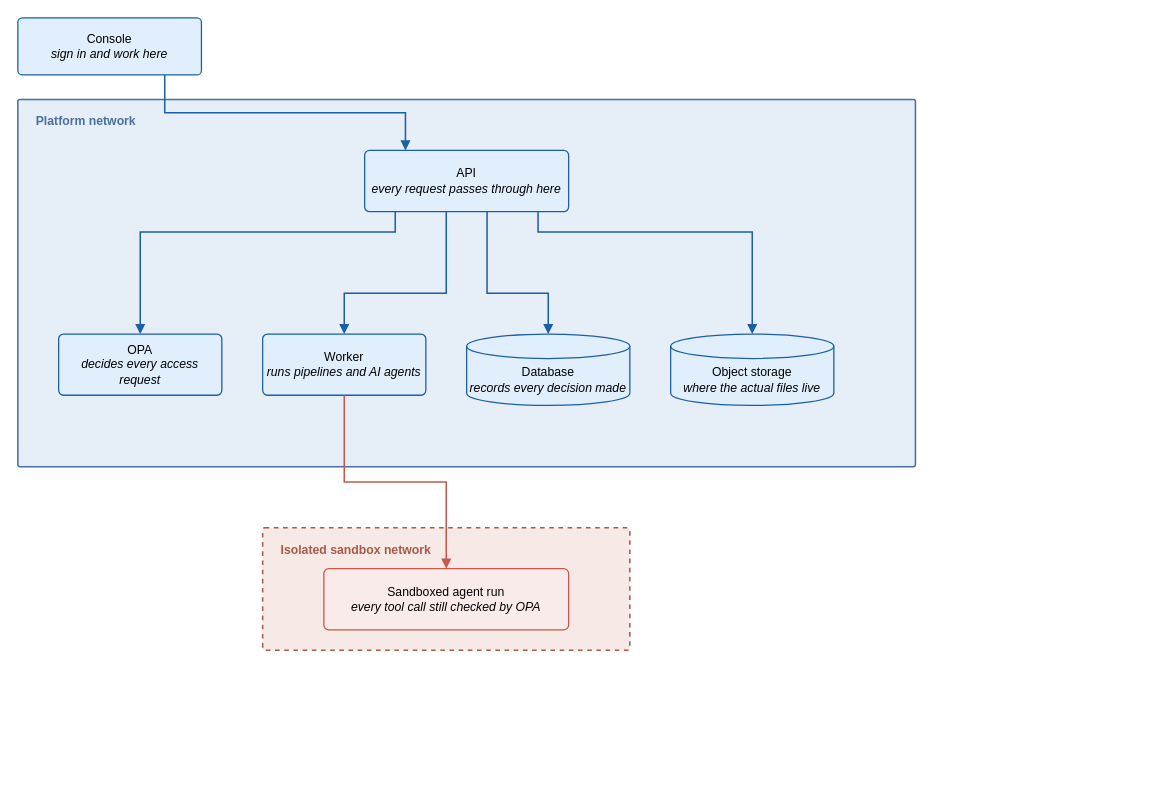
albinjacob/munitas keeps this draw.io diagram as docs/public/diagrams/system-architecture.drawio. Above is the earlier version. Source tidied: cells renumbered, new cells numbered last; positions are measured from the earlier drawing's top-left corner, leaving out a move shared by most shapes. Both pictures are drawn from the tidied source at 102%, with x=0, y=0 at pixel (17, 17).
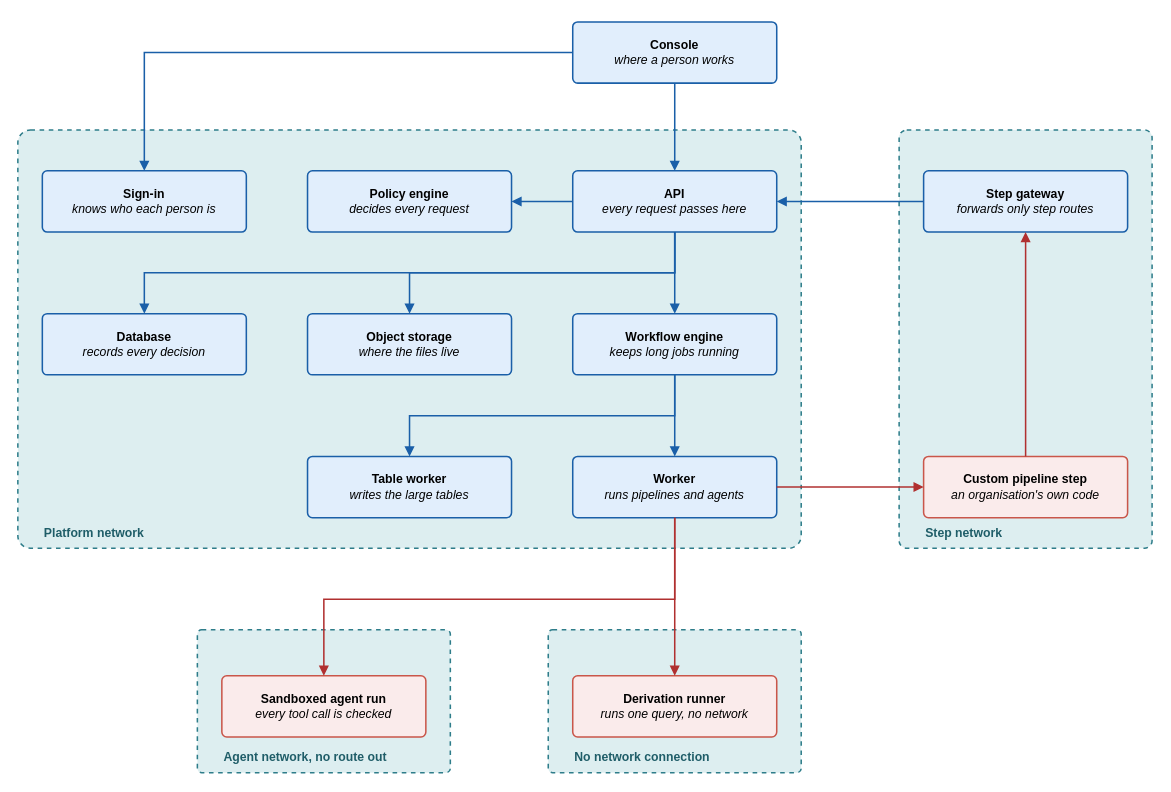
Above is the later version.

The edit, as a diff of the source:
```diff
@@
-    <mxCell id="2" value="Platform network" style="rounded=1;arcSize=4;absoluteArcSize=1;whiteSpace=wrap;html=1;verticalAlign=top;align=left;spacingLeft=16;spacingTop=8;fontSize=12;fontStyle=1;fontColor=#4A6FA0;fillColor=#E6EEF7;strokeColor=#4A6FA0;strokeWidth=1.5;" parent="1" vertex="1">
-      <mxGeometry y="80" width="880" height="360" as="geometry" />
+    <mxCell id="2" value="Platform network" style="rounded=1;arcSize=3;whiteSpace=wrap;html=1;dashed=1;verticalAlign=bottom;align=left;spacingLeft=24;spacingBottom=6;fontSize=12;fontStyle=1;fontColor=#1F5D68;fillColor=#DDEEF0;strokeColor=#2E7D8A;strokeWidth=1.5;" parent="1" vertex="1">
+      <mxGeometry y="110" width="768" height="410" as="geometry" />
     </mxCell>
-    <mxCell id="3" value="Isolated sandbox network" style="rounded=1;arcSize=4;absoluteArcSize=1;whiteSpace=wrap;html=1;verticalAlign=top;align=left;spacingLeft=16;spacingTop=8;fontSize=12;fontStyle=1;fontColor=#A85A4A;fillColor=#F7E9E5;strokeColor=#A85A4A;strokeWidth=1.5;dashed=1;" parent="1" vertex="1">
-      <mxGeometry x="240" y="500" width="360" height="120" as="geometry" />
-    </mxCell>
+    <mxCell id="17" value="Step network" style="rounded=1;arcSize=3;whiteSpace=wrap;html=1;dashed=1;verticalAlign=bottom;align=left;spacingLeft=24;spacingBottom=6;fontSize=12;fontStyle=1;fontColor=#1F5D68;fillColor=#DDEEF0;strokeColor=#2E7D8A;strokeWidth=1.5;" parent="1" vertex="1">
+      <mxGeometry x="864" y="110" width="248" height="410" as="geometry" />
+    </mxCell>
+    <mxCell id="18" value="Agent network, no route out" style="rounded=1;arcSize=3;whiteSpace=wrap;html=1;dashed=1;verticalAlign=bottom;align=left;spacingLeft=24;spacingBottom=6;fontSize=12;fontStyle=1;fontColor=#1F5D68;fillColor=#DDEEF0;strokeColor=#2E7D8A;strokeWidth=1.5;" parent="1" vertex="1">
+      <mxGeometry x="176" y="600" width="248" height="140" as="geometry" />
+    </mxCell>
+    <mxCell id="19" value="No network connection" style="rounded=1;arcSize=3;whiteSpace=wrap;html=1;dashed=1;verticalAlign=bottom;align=left;spacingLeft=24;spacingBottom=6;fontSize=12;fontStyle=1;fontColor=#1F5D68;fillColor=#DDEEF0;strokeColor=#2E7D8A;strokeWidth=1.5;" parent="1" vertex="1">
+      <mxGeometry x="520" y="600" width="248" height="140" as="geometry" />
+    </mxCell>
-    <mxCell id="4" value="Console&lt;br&gt;&lt;i&gt;sign in and work here&lt;/i&gt;" style="rounded=1;arcSize=8;whiteSpace=wrap;html=1;fillColor=#E1EEFC;strokeColor=#1A5FA8;strokeWidth=1.25;fontSize=12;" parent="1" vertex="1">
-      <mxGeometry width="180" height="56" as="geometry" />
+    <mxCell id="4" value="&lt;b&gt;Console&lt;/b&gt;&lt;br&gt;&lt;i&gt;where a person works&lt;/i&gt;" style="rounded=1;arcSize=8;whiteSpace=wrap;html=1;fillColor=#E1EEFC;strokeColor=#1A5FA8;strokeWidth=1.5;fontSize=12;" parent="1" vertex="1">
+      <mxGeometry x="544" y="4" width="200" height="60" as="geometry" />
     </mxCell>
+    <mxCell id="20" value="&lt;b&gt;Sign-in&lt;/b&gt;&lt;br&gt;&lt;i&gt;knows who each person is&lt;/i&gt;" style="rounded=1;arcSize=8;whiteSpace=wrap;html=1;fillColor=#E1EEFC;strokeColor=#1A5FA8;strokeWidth=1.5;fontSize=12;" parent="2" vertex="1">
+      <mxGeometry x="24" y="40" width="200" height="60" as="geometry" />
+    </mxCell>
+    <mxCell id="21" value="&lt;b&gt;Policy engine&lt;/b&gt;&lt;br&gt;&lt;i&gt;decides every request&lt;/i&gt;" style="rounded=1;arcSize=8;whiteSpace=wrap;html=1;fillColor=#E1EEFC;strokeColor=#1A5FA8;strokeWidth=1.5;fontSize=12;" parent="2" vertex="1">
+      <mxGeometry x="284" y="40" width="200" height="60" as="geometry" />
+    </mxCell>
-    <mxCell id="5" value="API&lt;br&gt;&lt;i&gt;every request passes through here&lt;/i&gt;" style="rounded=1;arcSize=8;whiteSpace=wrap;html=1;fillColor=#E1EEFC;strokeColor=#1A5FA8;strokeWidth=1.25;fontSize=12;" parent="1" vertex="1">
-      <mxGeometry x="340" y="130" width="200" height="60" as="geometry" />
+    <mxCell id="5" value="&lt;b&gt;API&lt;/b&gt;&lt;br&gt;&lt;i&gt;every request passes here&lt;/i&gt;" style="rounded=1;arcSize=8;whiteSpace=wrap;html=1;fillColor=#E1EEFC;strokeColor=#1A5FA8;strokeWidth=1.5;fontSize=12;" parent="2" vertex="1">
+      <mxGeometry x="544" y="40" width="200" height="60" as="geometry" />
     </mxCell>
-    <mxCell id="6" value="OPA&lt;br&gt;&lt;i&gt;decides every access request&lt;/i&gt;" style="rounded=1;arcSize=8;whiteSpace=wrap;html=1;fillColor=#E1EEFC;strokeColor=#1A5FA8;strokeWidth=1.25;fontSize=12;" parent="1" vertex="1">
-      <mxGeometry x="40" y="310" width="160" height="60" as="geometry" />
-    </mxCell>
-    <mxCell id="7" value="Worker&lt;br&gt;&lt;i&gt;runs pipelines and AI agents&lt;/i&gt;" style="rounded=1;arcSize=8;whiteSpace=wrap;html=1;fillColor=#E1EEFC;strokeColor=#1A5FA8;strokeWidth=1.25;fontSize=12;" parent="1" vertex="1">
-      <mxGeometry x="240" y="310" width="160" height="60" as="geometry" />
-    </mxCell>
-    <mxCell id="8" value="Database&lt;br&gt;&lt;i&gt;records every decision made&lt;/i&gt;" style="shape=cylinder3;whiteSpace=wrap;html=1;boundedLbl=1;fillColor=#E1EEFC;strokeColor=#1A5FA8;strokeWidth=1.25;fontSize=12;size=12;" parent="1" vertex="1">
-      <mxGeometry x="440" y="310" width="160" height="70" as="geometry" />
+    <mxCell id="8" value="&lt;b&gt;Database&lt;/b&gt;&lt;br&gt;&lt;i&gt;records every decision&lt;/i&gt;" style="rounded=1;arcSize=8;whiteSpace=wrap;html=1;fillColor=#E1EEFC;strokeColor=#1A5FA8;strokeWidth=1.5;fontSize=12;" parent="2" vertex="1">
+      <mxGeometry x="24" y="180" width="200" height="60" as="geometry" />
     </mxCell>
-    <mxCell id="9" value="Object storage&lt;br&gt;&lt;i&gt;where the actual files live&lt;/i&gt;" style="shape=cylinder3;whiteSpace=wrap;html=1;boundedLbl=1;fillColor=#E1EEFC;strokeColor=#1A5FA8;strokeWidth=1.25;fontSize=12;size=12;" parent="1" vertex="1">
-      <mxGeometry x="640" y="310" width="160" height="70" as="geometry" />
+    <mxCell id="9" value="&lt;b&gt;Object storage&lt;/b&gt;&lt;br&gt;&lt;i&gt;where the files live&lt;/i&gt;" style="rounded=1;arcSize=8;whiteSpace=wrap;html=1;fillColor=#E1EEFC;strokeColor=#1A5FA8;strokeWidth=1.5;fontSize=12;" parent="2" vertex="1">
+      <mxGeometry x="284" y="180" width="200" height="60" as="geometry" />
     </mxCell>
-    <mxCell id="10" value="Sandboxed agent run&lt;br&gt;&lt;i&gt;every tool call still checked by OPA&lt;/i&gt;" style="rounded=1;arcSize=8;whiteSpace=wrap;html=1;fillColor=#FAEBEB;strokeColor=#C9564A;strokeWidth=1.25;fontSize=12;" parent="1" vertex="1">
-      <mxGeometry x="300" y="540" width="240" height="60" as="geometry" />
-    </mxCell>
+    <mxCell id="22" value="&lt;b&gt;Workflow engine&lt;/b&gt;&lt;br&gt;&lt;i&gt;keeps long jobs running&lt;/i&gt;" style="rounded=1;arcSize=8;whiteSpace=wrap;html=1;fillColor=#E1EEFC;strokeColor=#1A5FA8;strokeWidth=1.5;fontSize=12;" parent="2" vertex="1">
+      <mxGeometry x="544" y="180" width="200" height="60" as="geometry" />
+    </mxCell>
+    <mxCell id="23" value="&lt;b&gt;Table worker&lt;/b&gt;&lt;br&gt;&lt;i&gt;writes the large tables&lt;/i&gt;" style="rounded=1;arcSize=8;whiteSpace=wrap;html=1;fillColor=#E1EEFC;strokeColor=#1A5FA8;strokeWidth=1.5;fontSize=12;" parent="2" vertex="1">
+      <mxGeometry x="284" y="320" width="200" height="60" as="geometry" />
+    </mxCell>
+    <mxCell id="7" value="&lt;b&gt;Worker&lt;/b&gt;&lt;br&gt;&lt;i&gt;runs pipelines and agents&lt;/i&gt;" style="rounded=1;arcSize=8;whiteSpace=wrap;html=1;fillColor=#E1EEFC;strokeColor=#1A5FA8;strokeWidth=1.5;fontSize=12;" parent="2" vertex="1">
+      <mxGeometry x="544" y="320" width="200" height="60" as="geometry" />
+    </mxCell>
+    <mxCell id="24" value="&lt;b&gt;Step gateway&lt;/b&gt;&lt;br&gt;&lt;i&gt;forwards only step routes&lt;/i&gt;" style="rounded=1;arcSize=8;whiteSpace=wrap;html=1;fillColor=#E1EEFC;strokeColor=#1A5FA8;strokeWidth=1.5;fontSize=12;" parent="17" vertex="1">
+      <mxGeometry x="24" y="40" width="200" height="60" as="geometry" />
+    </mxCell>
+    <mxCell id="25" value="&lt;b&gt;Custom pipeline step&lt;/b&gt;&lt;br&gt;&lt;i&gt;an organisation's own code&lt;/i&gt;" style="rounded=1;arcSize=8;whiteSpace=wrap;html=1;fillColor=#FAEBEB;strokeColor=#C9564A;strokeWidth=1.5;fontSize=12;" parent="17" vertex="1">
+      <mxGeometry x="24" y="320" width="200" height="60" as="geometry" />
+    </mxCell>
+    <mxCell id="26" value="&lt;b&gt;Sandboxed agent run&lt;/b&gt;&lt;br&gt;&lt;i&gt;every tool call is checked&lt;/i&gt;" style="rounded=1;arcSize=8;whiteSpace=wrap;html=1;fillColor=#FAEBEB;strokeColor=#C9564A;strokeWidth=1.5;fontSize=12;" parent="18" vertex="1">
+      <mxGeometry x="24" y="45" width="200" height="60" as="geometry" />
+    </mxCell>
+    <mxCell id="27" value="&lt;b&gt;Derivation runner&lt;/b&gt;&lt;br&gt;&lt;i&gt;runs one query, no network&lt;/i&gt;" style="rounded=1;arcSize=8;whiteSpace=wrap;html=1;fillColor=#FAEBEB;strokeColor=#C9564A;strokeWidth=1.5;fontSize=12;" parent="19" vertex="1">
+      <mxGeometry x="24" y="45" width="200" height="60" as="geometry" />
+    </mxCell>
-    <mxCell id="11" style="edgeStyle=orthogonalEdgeStyle;rounded=0;html=1;strokeColor=#1A5FA8;strokeWidth=1.5;endArrow=block;endFill=1;exitX=0.8;exitY=1;exitDx=0;exitDy=0;entryX=0.2;entryY=0;entryDx=0;entryDy=0;" parent="1" edge="1" source="4" target="5">
-      <mxGeometry relative="1" as="geometry">
-        <Array as="points">
-          <mxPoint x="144" y="93" />
-          <mxPoint x="380" y="93" />
-        </Array>
-      </mxGeometry>
+    <mxCell id="11" style="edgeStyle=orthogonalEdgeStyle;rounded=0;html=1;strokeColor=#1A5FA8;strokeWidth=1.5;endArrow=block;endFill=1;targetPerimeterSpacing=10;exitX=0.5;exitY=1;exitDx=0;exitDy=0;entryX=0.5;entryY=0;entryDx=0;entryDy=0;" parent="1" edge="1" source="4" target="5">
+      <mxGeometry relative="1" as="geometry" />
     </mxCell>
-    <mxCell id="12" style="edgeStyle=orthogonalEdgeStyle;rounded=0;html=1;strokeColor=#1A5FA8;strokeWidth=1.5;endArrow=block;endFill=1;exitX=0.15;exitY=1;exitDx=0;exitDy=0;entryX=0.5;entryY=0;entryDx=0;entryDy=0;" parent="1" edge="1" source="5" target="6">
-      <mxGeometry relative="1" as="geometry">
-        <Array as="points">
-          <mxPoint x="370" y="210" />
-          <mxPoint x="120" y="210" />
-        </Array>
-      </mxGeometry>
-    </mxCell>
-    <mxCell id="13" style="edgeStyle=orthogonalEdgeStyle;rounded=0;html=1;strokeColor=#1A5FA8;strokeWidth=1.5;endArrow=block;endFill=1;exitX=0.4;exitY=1;exitDx=0;exitDy=0;entryX=0.5;entryY=0;entryDx=0;entryDy=0;" parent="1" edge="1" source="5" target="7">
-      <mxGeometry relative="1" as="geometry">
-        <Array as="points">
-          <mxPoint x="420" y="270" />
-          <mxPoint x="320" y="270" />
-        </Array>
-      </mxGeometry>
-    </mxCell>
+    <mxCell id="28" style="edgeStyle=orthogonalEdgeStyle;rounded=0;html=1;strokeColor=#1A5FA8;strokeWidth=1.5;endArrow=block;endFill=1;targetPerimeterSpacing=10;exitX=0;exitY=0.5;exitDx=0;exitDy=0;entryX=0.5;entryY=0;entryDx=0;entryDy=0;" parent="1" edge="1" source="4" target="20">
+      <mxGeometry relative="1" as="geometry">
+        <Array as="points">
+          <mxPoint x="124" y="34" />
+        </Array>
+      </mxGeometry>
+    </mxCell>
+    <mxCell id="29" style="edgeStyle=orthogonalEdgeStyle;rounded=0;html=1;strokeColor=#1A5FA8;strokeWidth=1.5;endArrow=block;endFill=1;targetPerimeterSpacing=10;exitX=0;exitY=0.5;exitDx=0;exitDy=0;entryX=1;entryY=0.5;entryDx=0;entryDy=0;" parent="1" edge="1" source="5" target="21">
+      <mxGeometry relative="1" as="geometry" />
+    </mxCell>
+    <mxCell id="30" style="edgeStyle=orthogonalEdgeStyle;rounded=0;html=1;strokeColor=#1A5FA8;strokeWidth=1.5;endArrow=block;endFill=1;targetPerimeterSpacing=10;exitX=0;exitY=0.5;exitDx=0;exitDy=0;entryX=1;entryY=0.5;entryDx=0;entryDy=0;" parent="1" edge="1" source="24" target="5">
+      <mxGeometry relative="1" as="geometry" />
+    </mxCell>
-    <mxCell id="14" style="edgeStyle=orthogonalEdgeStyle;rounded=0;html=1;strokeColor=#1A5FA8;strokeWidth=1.5;endArrow=block;endFill=1;exitX=0.6;exitY=1;exitDx=0;exitDy=0;entryX=0.5;entryY=0;entryDx=0;entryDy=0;" parent="1" edge="1" source="5" target="8">
+    <mxCell id="14" style="edgeStyle=orthogonalEdgeStyle;rounded=0;html=1;strokeColor=#1A5FA8;strokeWidth=1.5;endArrow=block;endFill=1;targetPerimeterSpacing=10;exitX=0.5;exitY=1;exitDx=0;exitDy=0;entryX=0.5;entryY=0;entryDx=0;entryDy=0;" parent="1" edge="1" source="5" target="8">
       <mxGeometry relative="1" as="geometry">
         <Array as="points">
-          <mxPoint x="460" y="270" />
-          <mxPoint x="520" y="270" />
+          <mxPoint x="644" y="250" />
+          <mxPoint x="124" y="250" />
         </Array>
       </mxGeometry>
     </mxCell>
-    <mxCell id="15" style="edgeStyle=orthogonalEdgeStyle;rounded=0;html=1;strokeColor=#1A5FA8;strokeWidth=1.5;endArrow=block;endFill=1;exitX=0.85;exitY=1;exitDx=0;exitDy=0;entryX=0.5;entryY=0;entryDx=0;entryDy=0;" parent="1" edge="1" source="5" target="9">
+    <mxCell id="15" style="edgeStyle=orthogonalEdgeStyle;rounded=0;html=1;strokeColor=#1A5FA8;strokeWidth=1.5;endArrow=block;endFill=1;targetPerimeterSpacing=10;exitX=0.5;exitY=1;exitDx=0;exitDy=0;entryX=0.5;entryY=0;entryDx=0;entryDy=0;" parent="1" edge="1" source="5" target="9">
       <mxGeometry relative="1" as="geometry">
         <Array as="points">
-          <mxPoint x="510" y="210" />
-          <mxPoint x="720" y="210" />
+          <mxPoint x="644" y="250" />
+          <mxPoint x="384" y="250" />
         </Array>
       </mxGeometry>
     </mxCell>
-    <mxCell id="16" style="edgeStyle=orthogonalEdgeStyle;rounded=0;html=1;strokeColor=#C9564A;strokeWidth=1.5;endArrow=block;endFill=1;exitX=0.5;exitY=1;exitDx=0;exitDy=0;entryX=0.5;entryY=0;entryDx=0;entryDy=0;" parent="1" edge="1" source="7" target="10">
-      <mxGeometry relative="1" as="geometry" />
-    </mxCell>
+    <mxCell id="31" style="edgeStyle=orthogonalEdgeStyle;rounded=0;html=1;strokeColor=#1A5FA8;strokeWidth=1.5;endArrow=block;endFill=1;targetPerimeterSpacing=10;exitX=0.5;exitY=1;exitDx=0;exitDy=0;entryX=0.5;entryY=0;entryDx=0;entryDy=0;" parent="1" edge="1" source="5" target="22">
+      <mxGeometry relative="1" as="geometry" />
+    </mxCell>
+    <mxCell id="32" style="edgeStyle=orthogonalEdgeStyle;rounded=0;html=1;strokeColor=#1A5FA8;strokeWidth=1.5;endArrow=block;endFill=1;targetPerimeterSpacing=10;exitX=0.5;exitY=1;exitDx=0;exitDy=0;entryX=0.5;entryY=0;entryDx=0;entryDy=0;" parent="1" edge="1" source="22" target="7">
+      <mxGeometry relative="1" as="geometry" />
+    </mxCell>
+    <mxCell id="33" style="edgeStyle=orthogonalEdgeStyle;rounded=0;html=1;strokeColor=#1A5FA8;strokeWidth=1.5;endArrow=block;endFill=1;targetPerimeterSpacing=10;exitX=0.5;exitY=1;exitDx=0;exitDy=0;entryX=0.5;entryY=0;entryDx=0;entryDy=0;" parent="1" edge="1" source="22" target="23">
+      <mxGeometry relative="1" as="geometry">
+        <Array as="points">
+          <mxPoint x="644" y="390" />
+          <mxPoint x="384" y="390" />
+        </Array>
+      </mxGeometry>
+    </mxCell>
+    <mxCell id="34" style="edgeStyle=orthogonalEdgeStyle;rounded=0;html=1;strokeColor=#B03030;strokeWidth=1.5;endArrow=block;endFill=1;targetPerimeterSpacing=10;exitX=0.5;exitY=1;exitDx=0;exitDy=0;entryX=0.5;entryY=0;entryDx=0;entryDy=0;" parent="1" edge="1" source="7" target="26">
+      <mxGeometry relative="1" as="geometry">
+        <Array as="points">
+          <mxPoint x="644" y="570" />
+          <mxPoint x="300" y="570" />
+        </Array>
+      </mxGeometry>
+    </mxCell>
+    <mxCell id="35" style="edgeStyle=orthogonalEdgeStyle;rounded=0;html=1;strokeColor=#B03030;strokeWidth=1.5;endArrow=block;endFill=1;targetPerimeterSpacing=10;exitX=0.5;exitY=1;exitDx=0;exitDy=0;entryX=0.5;entryY=0;entryDx=0;entryDy=0;" parent="1" edge="1" source="7" target="27">
+      <mxGeometry relative="1" as="geometry" />
+    </mxCell>
+    <mxCell id="36" style="edgeStyle=orthogonalEdgeStyle;rounded=0;html=1;strokeColor=#B03030;strokeWidth=1.5;endArrow=block;endFill=1;targetPerimeterSpacing=10;exitX=1;exitY=0.5;exitDx=0;exitDy=0;entryX=0;entryY=0.5;entryDx=0;entryDy=0;" parent="1" edge="1" source="7" target="25">
+      <mxGeometry relative="1" as="geometry" />
+    </mxCell>
+    <mxCell id="37" style="edgeStyle=orthogonalEdgeStyle;rounded=0;html=1;strokeColor=#B03030;strokeWidth=1.5;endArrow=block;endFill=1;targetPerimeterSpacing=10;exitX=0.5;exitY=0;exitDx=0;exitDy=0;entryX=0.5;entryY=1;entryDx=0;entryDy=0;" parent="1" edge="1" source="25" target="24">
+      <mxGeometry relative="1" as="geometry" />
+    </mxCell>
```
